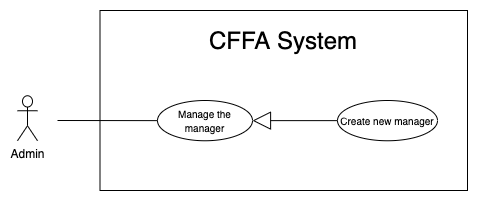
Before: Users/HuuDN/UsecaseDiagram/Admin/Overview-CreateManager.png, a diagram exported from draw.io (luannmdev/CapstoneDocument). Source tidied: cells renumbered, new cells last; positions are measured from the earlier drawing's top-left corner, leaving out a move shared by most shapes. Its diagram source:
```xml
<mxGraphModel>
  <root>
    <mxCell id="0" />
    <mxCell id="1" parent="0" />
    <mxCell id="2" style="rounded=0;whiteSpace=wrap;html=1;" parent="1" vertex="1">
      <mxGeometry x="82.5" width="367.5" height="180" as="geometry" />
    </mxCell>
    <mxCell id="3" value="&lt;span style=&quot;font-size: 24px&quot;&gt;CFFA System&lt;/span&gt;" style="text;html=1;strokeColor=none;fillColor=none;align=center;verticalAlign=middle;whiteSpace=wrap;rounded=0;" parent="1" vertex="1">
      <mxGeometry x="101.2" y="20" width="330" height="20" as="geometry" />
    </mxCell>
    <mxCell id="4" value="Admin" style="shape=umlActor;verticalLabelPosition=bottom;verticalAlign=top;html=1;" parent="1" vertex="1">
      <mxGeometry y="85.2" width="20" height="45" as="geometry" />
    </mxCell>
    <mxCell id="5" value="&lt;font size=&quot;1&quot;&gt;Manage the manager&lt;/font&gt;" style="ellipse;whiteSpace=wrap;html=1;fillColor=#ffffff;gradientColor=none;" parent="1" vertex="1">
      <mxGeometry x="140" y="90" width="95" height="40.2" as="geometry" />
    </mxCell>
    <mxCell id="6" style="endArrow=none;html=1;rounded=0;" parent="1" edge="1" source="5">
      <mxGeometry relative="1" as="geometry">
        <mxPoint x="40" y="110" as="targetPoint" />
      </mxGeometry>
    </mxCell>
    <mxCell id="7" value="&lt;font style=&quot;font-size: 10px&quot;&gt;Create new manager&lt;br&gt;&lt;/font&gt;" style="ellipse;whiteSpace=wrap;html=1;fillColor=#ffffff;gradientColor=none;" parent="1" vertex="1">
      <mxGeometry x="320" y="90" width="100" height="40.2" as="geometry" />
    </mxCell>
    <mxCell id="8" style="endArrow=block;endSize=16;endFill=0;html=1;entryX=1;entryY=0.5;entryDx=0;entryDy=0;exitX=0;exitY=0.5;exitDx=0;exitDy=0;" parent="1" edge="1" source="7" target="5">
      <mxGeometry relative="1" as="geometry" />
    </mxCell>
  </root>
</mxGraphModel>
```
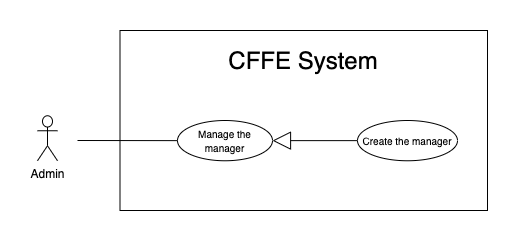
After the commit.

The edit, as a diff of the source:
```diff
@@ -5,7 +5,7 @@
     <mxCell id="2" style="rounded=0;whiteSpace=wrap;html=1;" parent="1" vertex="1">
       <mxGeometry x="82.5" width="367.5" height="180" as="geometry" />
     </mxCell>
-    <mxCell id="3" value="&lt;span style=&quot;font-size: 24px&quot;&gt;CFFA System&lt;/span&gt;" style="text;html=1;strokeColor=none;fillColor=none;align=center;verticalAlign=middle;whiteSpace=wrap;rounded=0;" parent="1" vertex="1">
+    <mxCell id="3" value="&lt;span style=&quot;font-size: 24px&quot;&gt;CFFE System&lt;/span&gt;" style="text;html=1;strokeColor=none;fillColor=none;align=center;verticalAlign=middle;whiteSpace=wrap;rounded=0;" parent="1" vertex="1">
       <mxGeometry x="101.2" y="20" width="330" height="20" as="geometry" />
     </mxCell>
     <mxCell id="4" value="Admin" style="shape=umlActor;verticalLabelPosition=bottom;verticalAlign=top;html=1;" parent="1" vertex="1">
@@ -19,7 +19,7 @@
         <mxPoint x="40" y="110" as="targetPoint" />
       </mxGeometry>
     </mxCell>
-    <mxCell id="7" value="&lt;font style=&quot;font-size: 10px&quot;&gt;Create new manager&lt;br&gt;&lt;/font&gt;" style="ellipse;whiteSpace=wrap;html=1;fillColor=#ffffff;gradientColor=none;" parent="1" vertex="1">
+    <mxCell id="7" value="&lt;font style=&quot;font-size: 10px&quot;&gt;Create the manager&lt;br&gt;&lt;/font&gt;" style="ellipse;whiteSpace=wrap;html=1;fillColor=#ffffff;gradientColor=none;" parent="1" vertex="1">
       <mxGeometry x="320" y="90" width="100" height="40.2" as="geometry" />
     </mxCell>
     <mxCell id="8" style="endArrow=block;endSize=16;endFill=0;html=1;entryX=1;entryY=0.5;entryDx=0;entryDy=0;exitX=0;exitY=0.5;exitDx=0;exitDy=0;" parent="1" edge="1" source="7" target="5">
```
